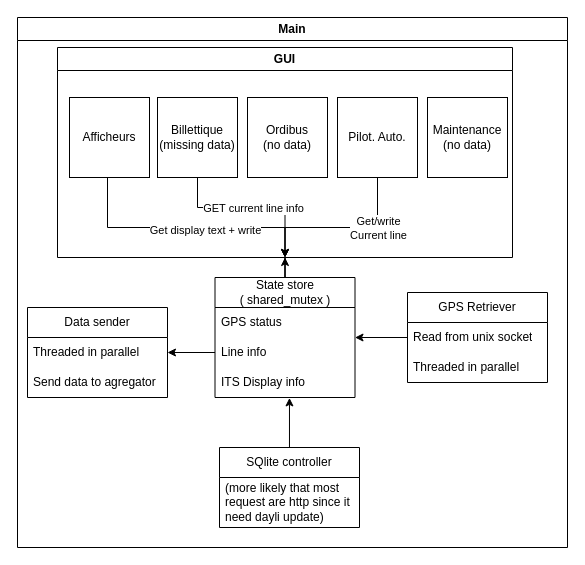
Earlier version of the draw.io diagram design/design.drawio (cK0nrad/tec-pfe). Source tidied: cells renumbered, new cells numbered last; positions are measured from the earlier drawing's top-left corner, leaving out a move shared by most shapes. Both pictures are drawn from the tidied source at 100%, with x=0, y=0 at pixel (17, 17).
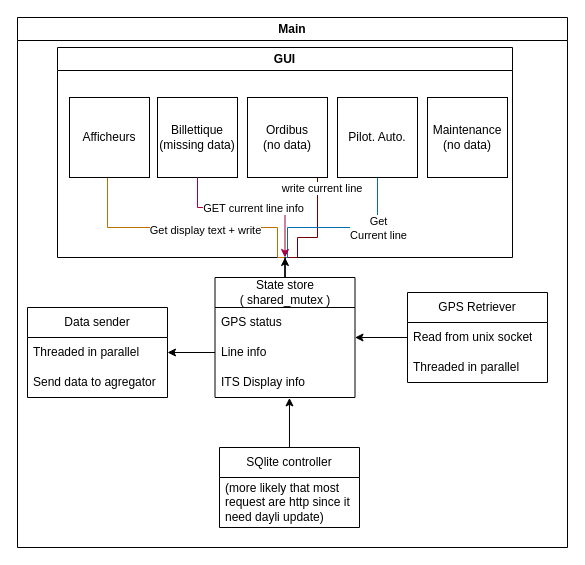
The same page after the edit.

Unchanged cells that the change refers to:
```xml
<mxCell id="3" value="GUI" style="swimlane;whiteSpace=wrap;html=1;startSize=23;" parent="2" vertex="1">
  <mxGeometry x="40" y="30" width="455" height="210" as="geometry" />
</mxCell>
<mxCell id="6" value="Billettique&lt;br&gt;(missing data)" style="whiteSpace=wrap;html=1;" parent="3" vertex="1">
  <mxGeometry x="100" y="50" width="80" height="80" as="geometry" />
</mxCell>
<mxCell id="10" value="Pilot. Auto." style="whiteSpace=wrap;html=1;" parent="3" vertex="1">
  <mxGeometry x="280" y="50" width="80" height="80" as="geometry" />
</mxCell>
<mxCell id="14" value="Afficheurs" style="whiteSpace=wrap;html=1;" parent="3" vertex="1">
  <mxGeometry x="12" y="50" width="80" height="80" as="geometry" />
</mxCell>
```

Diff of the diagram source:
```diff
@@
-    <mxCell id="4" style="edgeStyle=orthogonalEdgeStyle;rounded=0;jettySize=auto;html=1;entryX=0.5;entryY=1;entryDx=0;entryDy=0;" parent="3" edge="1" source="6" target="3">
-      <mxGeometry relative="1" as="geometry">
-        <Array as="points">
-          <mxPoint x="140" y="160" />
-          <mxPoint x="228" y="160" />
-        </Array>
-      </mxGeometry>
-    </mxCell>
-    <mxCell id="5" value="GET current line info" style="edgeLabel;html=1;align=center;verticalAlign=middle;" parent="4" vertex="1">
-      <mxGeometry x="0.01" relative="1" as="geometry" />
-    </mxCell>
@@
+    <mxCell id="31" style="edgeStyle=orthogonalEdgeStyle;rounded=0;jettySize=auto;html=1;entryX=0.5;entryY=1;entryDx=0;entryDy=0;fillColor=#a20025;strokeColor=#6F0000;endArrow=none;endFill=0;" parent="3" edge="1" target="3">
+      <mxGeometry relative="1" as="geometry">
+        <mxPoint x="260" y="130" as="sourcePoint" />
+        <Array as="points">
+          <mxPoint x="260" y="190" />
+          <mxPoint x="240" y="190" />
+          <mxPoint x="240" y="210" />
+        </Array>
+      </mxGeometry>
+    </mxCell>
+    <mxCell id="32" value="&amp;nbsp;write current line" style="edgeLabel;html=1;align=center;verticalAlign=middle;" parent="31" vertex="1">
+      <mxGeometry x="-0.55" y="2" relative="1" as="geometry">
+        <mxPoint y="-15" as="offset" />
+      </mxGeometry>
+    </mxCell>
@@
-    <mxCell id="8" style="edgeStyle=orthogonalEdgeStyle;rounded=0;jettySize=auto;html=1;entryX=0.5;entryY=1;entryDx=0;entryDy=0;" parent="3" edge="1" source="10" target="3">
+    <mxCell id="8" style="edgeStyle=orthogonalEdgeStyle;rounded=0;jettySize=auto;html=1;entryX=0.5;entryY=1;entryDx=0;entryDy=0;fillColor=#1ba1e2;strokeColor=#006EAF;endArrow=none;endFill=0;" parent="3" edge="1" source="10" target="3">
       <mxGeometry relative="1" as="geometry">
         <Array as="points">
           <mxPoint x="320" y="180" />
-          <mxPoint x="228" y="180" />
+          <mxPoint x="230" y="180" />
+          <mxPoint x="230" y="210" />
         </Array>
       </mxGeometry>
     </mxCell>
-    <mxCell id="9" value="Get/write&lt;br&gt;Current line" style="edgeLabel;html=1;align=center;verticalAlign=middle;" parent="8" vertex="1">
+    <mxCell id="9" value="Get&lt;br&gt;Current line" style="edgeLabel;html=1;align=center;verticalAlign=middle;" parent="8" vertex="1">
       <mxGeometry x="-0.16" relative="1" as="geometry">
         <mxPoint x="22" as="offset" />
       </mxGeometry>
     </mxCell>
@@
-    <mxCell id="12" style="edgeStyle=orthogonalEdgeStyle;rounded=0;jettySize=auto;html=1;entryX=0.5;entryY=1;entryDx=0;entryDy=0;" parent="3" edge="1" source="14" target="3">
+    <mxCell id="12" style="edgeStyle=orthogonalEdgeStyle;rounded=0;jettySize=auto;html=1;entryX=0.5;entryY=1;entryDx=0;entryDy=0;fillColor=#f0a30a;strokeColor=#BD7000;endArrow=none;endFill=0;" parent="3" edge="1" source="14" target="3">
       <mxGeometry relative="1" as="geometry">
         <Array as="points">
           <mxPoint x="50" y="180" />
-          <mxPoint x="228" y="180" />
+          <mxPoint x="220" y="180" />
+          <mxPoint x="220" y="210" />
         </Array>
       </mxGeometry>
     </mxCell>
@@
+    <mxCell id="4" style="edgeStyle=orthogonalEdgeStyle;rounded=0;jettySize=auto;html=1;entryX=0.5;entryY=1;entryDx=0;entryDy=0;fillColor=#d80073;strokeColor=#A50040;endArrow=classic;endFill=1;" parent="3" edge="1" source="6" target="3">
+      <mxGeometry relative="1" as="geometry">
+        <Array as="points">
+          <mxPoint x="140" y="160" />
+          <mxPoint x="228" y="160" />
+        </Array>
+      </mxGeometry>
+    </mxCell>
+    <mxCell id="5" value="GET current line info" style="edgeLabel;html=1;align=center;verticalAlign=middle;" parent="4" vertex="1">
+      <mxGeometry x="0.01" relative="1" as="geometry" />
+    </mxCell>
```
